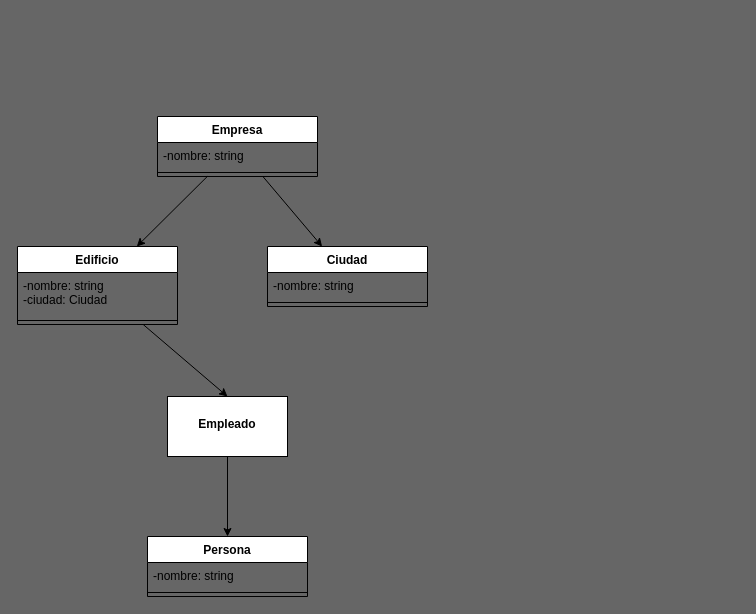
Earlier version of the draw.io diagram El_dia_siguiente/UML.drawio (clauloro/Agregaci-n-composicion-individual). Source tidied: cells renumbered, new cells numbered last; positions are measured from the earlier drawing's top-left corner, leaving out a move shared by most shapes. Both pictures are drawn from the tidied source at 100%, with x=0, y=0 at pixel (17, 116).
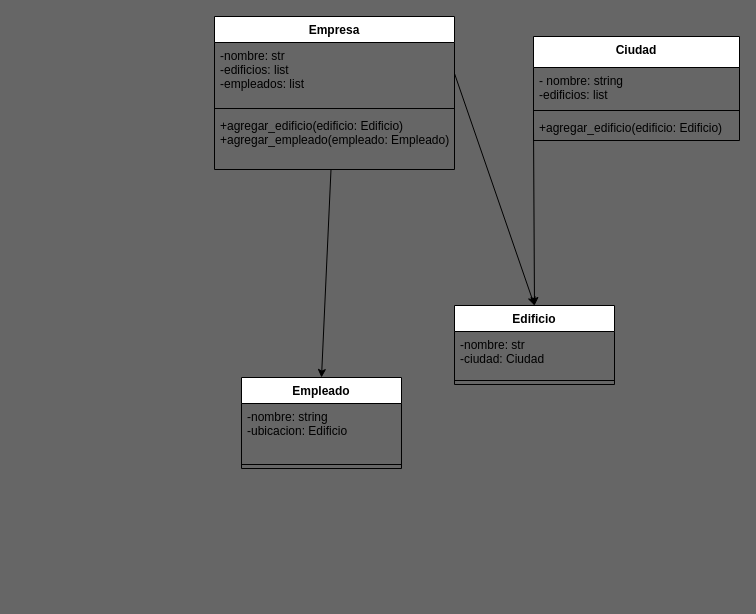
The same diagram, later.

The edit, as a diff of the source:
```diff
@@
 <mxGraphModel background="#666666">
   <root>
     <mxCell id="0" />
     <mxCell id="1" parent="0" />
-    <mxCell id="2" style="edgeStyle=none;html=1;" parent="1" edge="1" source="4" target="8">
-      <mxGeometry relative="1" as="geometry" />
-    </mxCell>
-    <mxCell id="3" style="edgeStyle=none;html=1;" parent="1" edge="1" source="4" target="11">
-      <mxGeometry relative="1" as="geometry" />
-    </mxCell>
-    <mxCell id="4" value="Empresa" style="swimlane;fontStyle=1;align=center;verticalAlign=top;horizontal=1;startSize=26;" parent="1" vertex="1">
-      <mxGeometry x="140" width="160" height="60" as="geometry" />
-    </mxCell>
-    <mxCell id="5" value="-nombre: string" style="text;strokeColor=none;fillColor=none;align=left;verticalAlign=top;spacingLeft=4;spacingRight=4;overflow=hidden;" parent="4" vertex="1">
-      <mxGeometry y="26" width="160" height="26" as="geometry" />
-    </mxCell>
-    <mxCell id="6" style="line;strokeWidth=1;fillColor=none;align=left;verticalAlign=middle;spacingTop=-1;spacingLeft=3;spacingRight=3;labelPosition=right;strokeColor=inherit;" parent="4" vertex="1">
-      <mxGeometry y="52" width="160" height="8" as="geometry" />
-    </mxCell>
-    <mxCell id="7" style="edgeStyle=none;html=1;entryX=0.5;entryY=0;entryDx=0;entryDy=0;" parent="1" edge="1" source="8" target="15">
-      <mxGeometry relative="1" as="geometry" />
-    </mxCell>
-    <mxCell id="8" value="Edificio" style="swimlane;fontStyle=1;align=center;verticalAlign=top;horizontal=1;startSize=26;" parent="1" vertex="1">
-      <mxGeometry y="130" width="160" height="78" as="geometry" />
-    </mxCell>
-    <mxCell id="9" value="-nombre: string&#10;-ciudad: Ciudad" style="text;strokeColor=none;fillColor=none;align=left;verticalAlign=top;spacingLeft=4;spacingRight=4;overflow=hidden;" parent="8" vertex="1">
-      <mxGeometry y="26" width="160" height="44" as="geometry" />
-    </mxCell>
-    <mxCell id="10" style="line;strokeWidth=1;fillColor=none;align=left;verticalAlign=middle;spacingTop=-1;spacingLeft=3;spacingRight=3;labelPosition=right;strokeColor=inherit;" parent="8" vertex="1">
-      <mxGeometry y="70" width="160" height="8" as="geometry" />
-    </mxCell>
-    <mxCell id="11" value="Ciudad" style="swimlane;fontStyle=1;align=center;verticalAlign=top;horizontal=1;startSize=26;" parent="1" vertex="1">
-      <mxGeometry x="250" y="130" width="160" height="60" as="geometry" />
-    </mxCell>
-    <mxCell id="12" value="-nombre: string" style="text;strokeColor=none;fillColor=none;align=left;verticalAlign=top;spacingLeft=4;spacingRight=4;overflow=hidden;" parent="11" vertex="1">
-      <mxGeometry y="26" width="160" height="26" as="geometry" />
-    </mxCell>
-    <mxCell id="13" style="line;strokeWidth=1;fillColor=none;align=left;verticalAlign=middle;spacingTop=-1;spacingLeft=3;spacingRight=3;labelPosition=right;strokeColor=inherit;" parent="11" vertex="1">
-      <mxGeometry y="52" width="160" height="8" as="geometry" />
-    </mxCell>
-    <mxCell id="14" style="edgeStyle=none;html=1;" parent="1" edge="1" source="15">
-      <mxGeometry relative="1" as="geometry">
-        <mxPoint x="210" y="420" as="targetPoint" />
-      </mxGeometry>
-    </mxCell>
-    <mxCell id="15" value="&lt;br&gt;Empleado" style="whiteSpace=wrap;html=1;verticalAlign=top;fontStyle=1;startSize=26;" parent="1" vertex="1">
-      <mxGeometry x="150" y="280" width="120" height="60" as="geometry" />
-    </mxCell>
-    <mxCell id="16" value="Persona" style="swimlane;fontStyle=1;align=center;verticalAlign=top;horizontal=1;startSize=26;" parent="1" vertex="1">
-      <mxGeometry x="130" y="420" width="160" height="60" as="geometry" />
+    <mxCell id="16" value="Empleado" style="swimlane;fontStyle=1;align=center;verticalAlign=top;horizontal=1;startSize=26;" parent="1" vertex="1">
+      <mxGeometry x="224" y="261" width="160" height="91" as="geometry" />
     </mxCell>
-    <mxCell id="17" value="-nombre: string" style="text;strokeColor=none;fillColor=none;align=left;verticalAlign=top;spacingLeft=4;spacingRight=4;overflow=hidden;" parent="16" vertex="1">
-      <mxGeometry y="26" width="160" height="26" as="geometry" />
+    <mxCell id="17" value="-nombre: string&#10;-ubicacion: Edificio" style="text;strokeColor=none;fillColor=none;align=left;verticalAlign=top;spacingLeft=4;spacingRight=4;overflow=hidden;" parent="16" vertex="1">
+      <mxGeometry y="26" width="160" height="57" as="geometry" />
     </mxCell>
     <mxCell id="18" style="line;strokeWidth=1;fillColor=none;align=left;verticalAlign=middle;spacingTop=-1;spacingLeft=3;spacingRight=3;labelPosition=right;strokeColor=inherit;" parent="16" vertex="1">
-      <mxGeometry y="52" width="160" height="8" as="geometry" />
+      <mxGeometry y="83" width="160" height="8" as="geometry" />
     </mxCell>
+    <mxCell id="19" style="edgeStyle=none;html=1;entryX=0.5;entryY=0;entryDx=0;entryDy=0;" parent="1" edge="1" source="4" target="16">
+      <mxGeometry relative="1" as="geometry" />
+    </mxCell>
+    <mxCell id="4" value="Empresa" style="swimlane;fontStyle=1;align=center;verticalAlign=top;horizontal=1;startSize=26;" parent="1" vertex="1">
+      <mxGeometry x="197" y="-100" width="240" height="153" as="geometry" />
+    </mxCell>
+    <mxCell id="20" value="-nombre: str   &#10;-edificios: list&#10;-empleados: list" style="text;strokeColor=none;fillColor=none;align=left;verticalAlign=top;spacingLeft=4;spacingRight=4;overflow=hidden;points=[[0,0.5],[1,0.5]];portConstraint=eastwest;" parent="4" vertex="1">
+      <mxGeometry y="26" width="240" height="62" as="geometry" />
+    </mxCell>
+    <mxCell id="21" style="line;strokeWidth=1;fillColor=none;align=left;verticalAlign=middle;spacingTop=-1;spacingLeft=3;spacingRight=3;labelPosition=right;strokeColor=inherit;" parent="4" vertex="1">
+      <mxGeometry y="88" width="240" height="8" as="geometry" />
+    </mxCell>
+    <mxCell id="22" value="+agregar_edificio(edificio: Edificio) &#10;+agregar_empleado(empleado: Empleado)" style="text;strokeColor=none;fillColor=none;align=left;verticalAlign=top;spacingLeft=4;spacingRight=4;overflow=hidden;" parent="4" vertex="1">
+      <mxGeometry y="96" width="240" height="57" as="geometry" />
+    </mxCell>
+    <mxCell id="8" value="Edificio" style="swimlane;fontStyle=1;align=center;verticalAlign=top;horizontal=1;startSize=26;" parent="1" vertex="1">
+      <mxGeometry x="437" y="189" width="160" height="79" as="geometry" />
+    </mxCell>
+    <mxCell id="23" value="-nombre: str   &#10;-ciudad: Ciudad" style="text;strokeColor=none;fillColor=none;align=left;verticalAlign=top;spacingLeft=4;spacingRight=4;overflow=hidden;" parent="8" vertex="1">
+      <mxGeometry y="26" width="160" height="45" as="geometry" />
+    </mxCell>
+    <mxCell id="24" style="line;strokeWidth=1;fillColor=none;align=left;verticalAlign=middle;spacingTop=-1;spacingLeft=3;spacingRight=3;labelPosition=right;strokeColor=inherit;" parent="8" vertex="1">
+      <mxGeometry y="71" width="160" height="8" as="geometry" />
+    </mxCell>
+    <mxCell id="11" value="Ciudad" style="swimlane;fontStyle=1;align=center;verticalAlign=top;horizontal=1;startSize=31;" parent="1" vertex="1">
+      <mxGeometry x="516" y="-80" width="206" height="104" as="geometry" />
+    </mxCell>
+    <mxCell id="25" value="- nombre: string&#10;-edificios: list" style="text;strokeColor=none;fillColor=none;align=left;verticalAlign=top;spacingLeft=4;spacingRight=4;overflow=hidden;" parent="11" vertex="1">
+      <mxGeometry y="31" width="206" height="39" as="geometry" />
+    </mxCell>
+    <mxCell id="26" style="line;strokeWidth=1;fillColor=none;align=left;verticalAlign=middle;spacingTop=-1;spacingLeft=3;spacingRight=3;labelPosition=right;strokeColor=inherit;" parent="11" vertex="1">
+      <mxGeometry y="70" width="206" height="8" as="geometry" />
+    </mxCell>
+    <mxCell id="27" value="+agregar_edificio(edificio: Edificio)" style="text;strokeColor=none;fillColor=none;align=left;verticalAlign=top;spacingLeft=4;spacingRight=4;overflow=hidden;points=[[0,0.5],[1,0.5]];portConstraint=eastwest;" parent="11" vertex="1">
+      <mxGeometry y="78" width="206" height="26" as="geometry" />
+    </mxCell>
+    <mxCell id="28" style="edgeStyle=none;html=1;exitX=1;exitY=0.5;exitDx=0;exitDy=0;entryX=0.5;entryY=0;entryDx=0;entryDy=0;" parent="1" edge="1" source="20" target="8">
+      <mxGeometry relative="1" as="geometry" />
+    </mxCell>
+    <mxCell id="29" style="edgeStyle=none;html=1;exitX=0;exitY=0.5;exitDx=0;exitDy=0;entryX=0.5;entryY=0;entryDx=0;entryDy=0;" parent="1" edge="1" source="27" target="8">
+      <mxGeometry relative="1" as="geometry" />
+    </mxCell>
   </root>
 </mxGraphModel>
```
